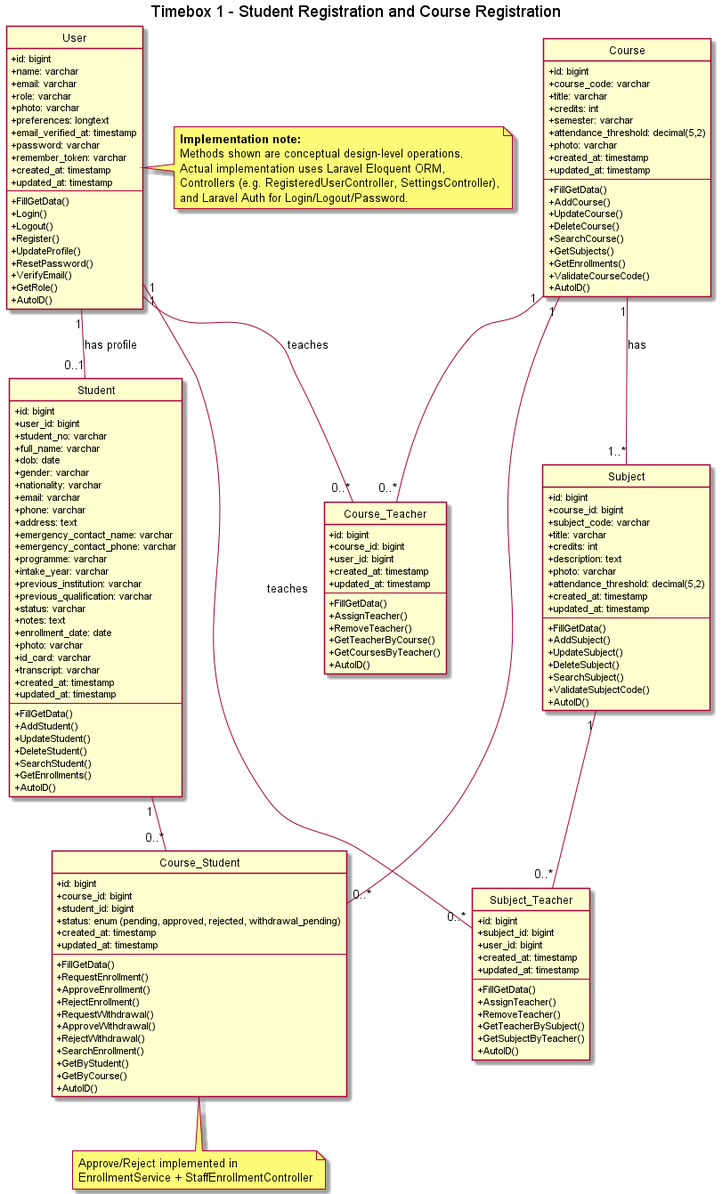
Above: out/class_diagram/Timebox1_Class/Timebox1_Class.png in KyawMyoHtay1/academic-portal (PlantUML), before the change.
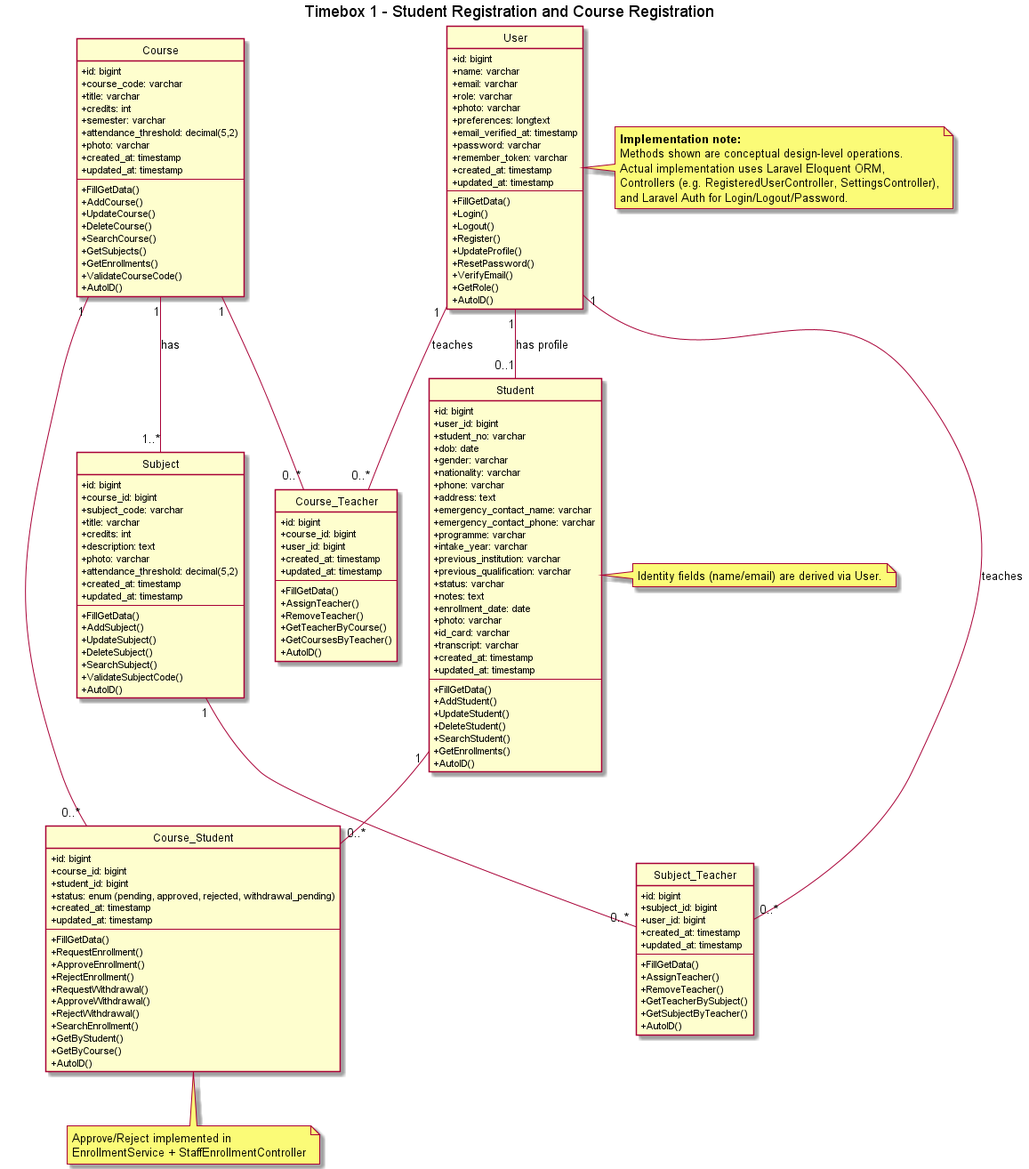
After the change.

Diff of the diagram source:
```diff
@@ -39,11 +39,9 @@
   +id: bigint
   +user_id: bigint
   +student_no: varchar
-  +full_name: varchar
   +dob: date
   +gender: varchar
   +nationality: varchar
-  +email: varchar
   +phone: varchar
   +address: text
   +emergency_contact_name: varchar
@@ -69,6 +67,10 @@
   +GetEnrollments()
   +AutoID()
 }
+
+note right of Student
+  Identity fields (name/email) are derived via User.
+end note
 
 class Course {
   +id: bigint
```
